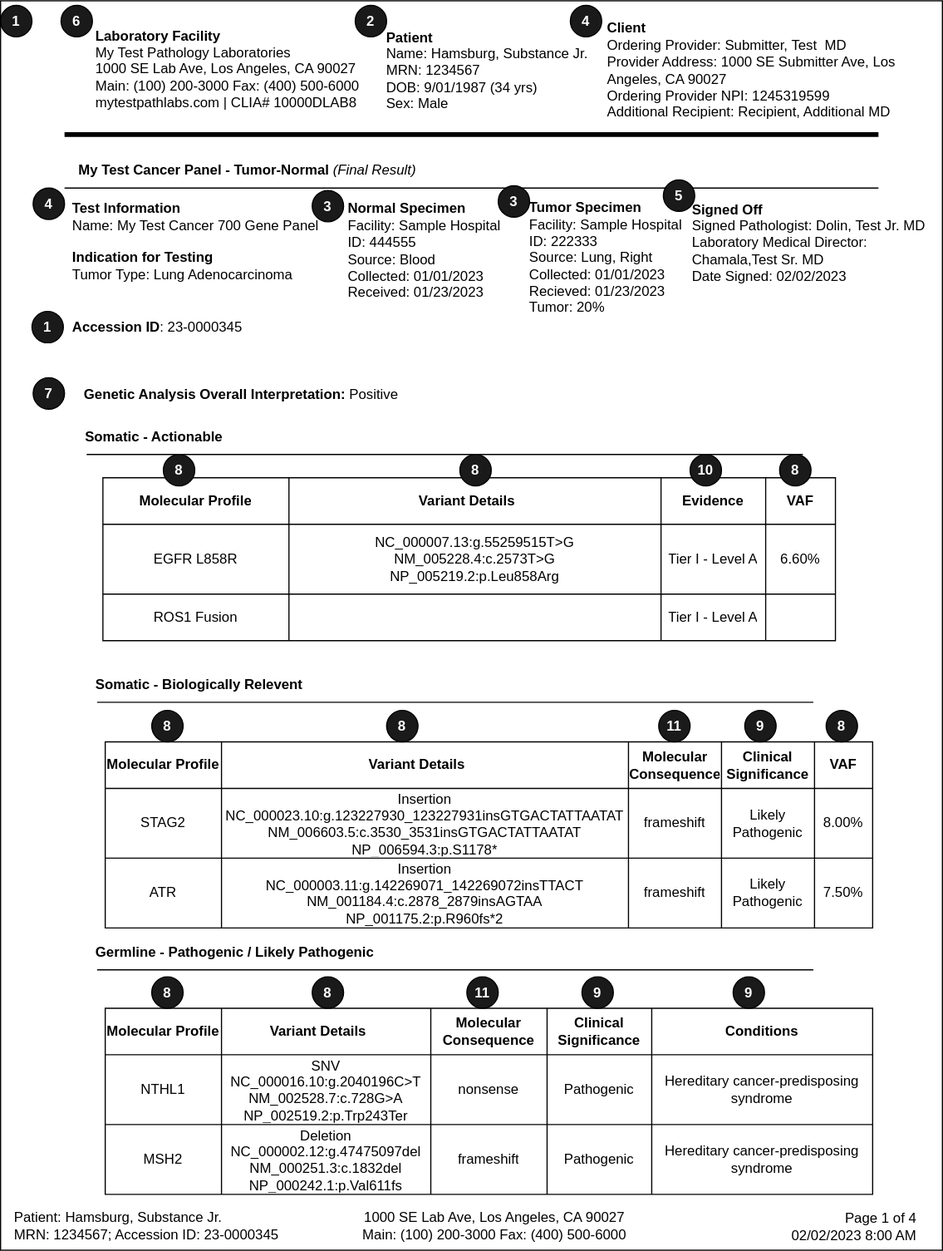
This is input/images/Report_Page1.svg from HL7/genomics-reporting, a draw.io export, as it was before one commit. Source tidied: cells renumbered, new cells last; positions are measured from the earlier drawing's top-left corner, leaving out a move shared by most shapes.
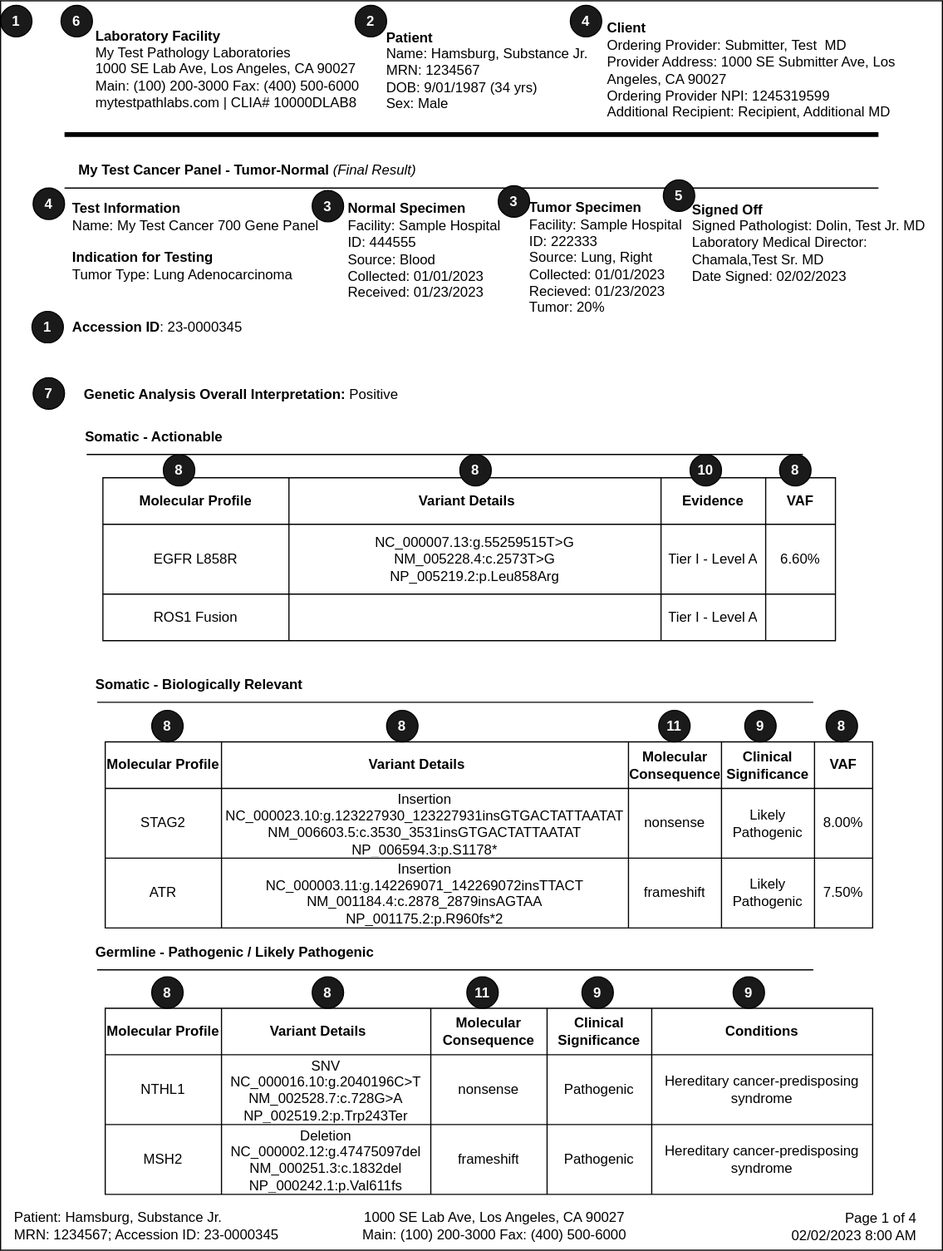
Later version of the same file.

The edit, as a diff of the source:
```diff
@@ -80,7 +80,7 @@
     <mxCell id="25" value="Insertion&lt;br&gt;NC_000023.10:g.123227930_123227931insGTGACTATTAATAT&lt;br&gt;NM_006603.5:c.3530_3531insGTGACTATTAATAT&lt;br&gt;NP_006594.3:p.S1178*" style="shape=partialRectangle;html=1;whiteSpace=wrap;strokeColor=inherit;overflow=hidden;fillColor=none;top=0;left=0;bottom=0;right=0;align=center;" parent="23" vertex="1">
       <mxGeometry x="100" width="350" height="60" as="geometry" />
     </mxCell>
-    <mxCell id="26" value="frameshift" style="shape=partialRectangle;html=1;whiteSpace=wrap;strokeColor=inherit;overflow=hidden;fillColor=none;top=0;left=0;bottom=0;right=0;" parent="23" vertex="1">
+    <mxCell id="26" value="nonsense" style="shape=partialRectangle;html=1;whiteSpace=wrap;strokeColor=inherit;overflow=hidden;fillColor=none;top=0;left=0;bottom=0;right=0;" parent="23" vertex="1">
       <mxGeometry x="450" width="80" height="60" as="geometry" />
     </mxCell>
     <mxCell id="27" value="Likely Pathogenic" style="shape=partialRectangle;html=1;whiteSpace=wrap;strokeColor=inherit;overflow=hidden;fillColor=none;top=0;left=0;bottom=0;right=0;" parent="23" vertex="1">
@@ -161,7 +161,7 @@
         <mxPoint x="699" y="603" as="targetPoint" />
       </mxGeometry>
     </mxCell>
-    <mxCell id="52" value="Somatic - Biologically Relevent" style="text;html=1;strokeColor=none;fillColor=none;align=left;verticalAlign=middle;whiteSpace=wrap;rounded=0;fontStyle=1;" parent="1" vertex="1">
+    <mxCell id="52" value="Somatic - Biologically Relevant" style="text;html=1;strokeColor=none;fillColor=none;align=left;verticalAlign=middle;whiteSpace=wrap;rounded=0;fontStyle=1;" parent="1" vertex="1">
       <mxGeometry x="80" y="573" width="315" height="30" as="geometry" />
     </mxCell>
     <mxCell id="53" value="Patient: Hamsburg, Substance Jr.&lt;br style=&quot;border-color: var(--border-color);&quot;&gt;MRN: 1234567; Accession ID: 23-0000345" style="text;html=1;strokeColor=none;fillColor=none;align=left;verticalAlign=middle;whiteSpace=wrap;rounded=0;" parent="1" vertex="1">
```
